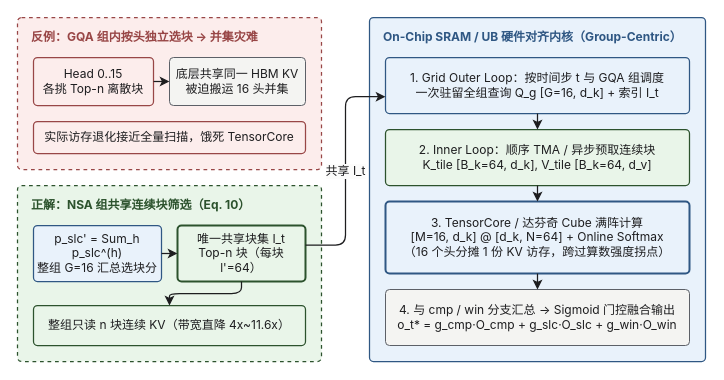
This is src/content/posts/deepseek/02-swa-and-nsa/diagrams/02-nsa-gqa-tile-arch.drawio from xingcanlee/infra-note, a draw.io file, before an edit. Source tidied: cells renumbered, new cells numbered last; positions are measured from the earlier drawing's top-left corner, leaving out a move shared by most shapes. Both pictures are drawn from the tidied source at 100%, with x=0, y=0 at pixel (17, 17).
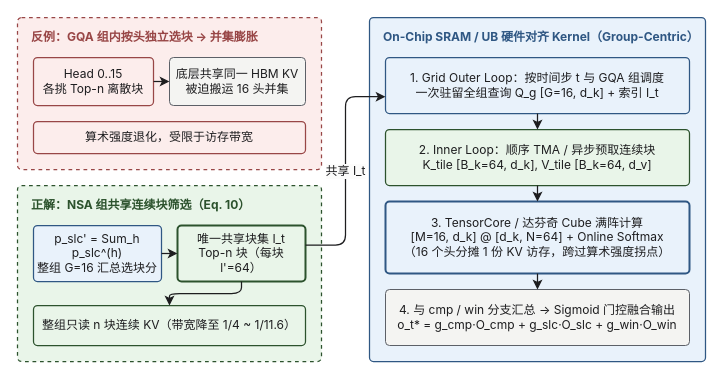
The same diagram, later.

Diff of the diagram source:
```diff
@@
-    <mxCell id="2" value="反例：GQA 组内按头独立选块 → 并集灾难" style="rounded=1;absoluteArcSize=1;arcSize=8;whiteSpace=wrap;html=1;fillColor=#fcedec;strokeColor=#984646;strokeWidth=1.25;dashed=1;verticalAlign=top;align=left;spacingLeft=12;spacingTop=6;fontFamily=Inter;fontSize=12;fontStyle=1;fontColor=#984646;" parent="1" vertex="1">
+    <mxCell id="2" value="反例：GQA 组内按头独立选块 → 并集膨胀" style="rounded=1;absoluteArcSize=1;arcSize=8;whiteSpace=wrap;html=1;fillColor=#fcedec;strokeColor=#984646;strokeWidth=1.25;dashed=1;verticalAlign=top;align=left;spacingLeft=12;spacingTop=6;fontFamily=Inter;fontSize=12;fontStyle=1;fontColor=#984646;" parent="1" vertex="1">
       <mxGeometry width="304" height="152" as="geometry" />
     </mxCell>
@@
-    <mxCell id="5" value="实际访存退化接近全量扫描，饿死 TensorCore" style="rounded=1;absoluteArcSize=1;arcSize=8;whiteSpace=wrap;html=1;fillColor=#fcedec;strokeColor=#984646;strokeWidth=1.25;align=center;verticalAlign=middle;spacing=4;fontFamily=Inter;fontSize=12;fontColor=#1d1d1f;" parent="1" vertex="1">
+    <mxCell id="5" value="算术强度退化，受限于访存带宽" style="rounded=1;absoluteArcSize=1;arcSize=8;whiteSpace=wrap;html=1;fillColor=#fcedec;strokeColor=#984646;strokeWidth=1.25;align=center;verticalAlign=middle;spacing=4;fontFamily=Inter;fontSize=12;fontColor=#1d1d1f;" parent="1" vertex="1">
       <mxGeometry x="16" y="104" width="272" height="32" as="geometry" />
     </mxCell>
@@
-    <mxCell id="10" value="整组只读 n 块连续 KV（带宽直降 4x~11.6x）" style="rounded=1;absoluteArcSize=1;arcSize=8;whiteSpace=wrap;html=1;fillColor=#e9f5e9;strokeColor=#2c522d;strokeWidth=1.25;align=center;verticalAlign=middle;spacing=4;fontFamily=Inter;fontSize=12;fontColor=#1d1d1f;" parent="1" vertex="1">
+    <mxCell id="10" value="整组只读 n 块连续 KV（带宽降至 1/4 ~ 1/11.6）" style="rounded=1;absoluteArcSize=1;arcSize=8;whiteSpace=wrap;html=1;fillColor=#e9f5e9;strokeColor=#2c522d;strokeWidth=1.25;align=center;verticalAlign=middle;spacing=4;fontFamily=Inter;fontSize=12;fontColor=#1d1d1f;" parent="1" vertex="1">
       <mxGeometry x="16" y="288" width="272" height="40" as="geometry" />
     </mxCell>
@@
-    <mxCell id="13" value="On-Chip SRAM / UB 硬件对齐内核（Group-Centric）" style="rounded=1;absoluteArcSize=1;arcSize=8;whiteSpace=wrap;html=1;fillColor=#e9f2fb;strokeColor=#2f5783;strokeWidth=1.25;verticalAlign=top;align=left;spacingLeft=12;spacingTop=6;fontFamily=Inter;fontSize=12;fontStyle=1;fontColor=#2f5783;" parent="1" vertex="1">
+    <mxCell id="13" value="On-Chip SRAM / UB 硬件对齐 Kernel（Group-Centric）" style="rounded=1;absoluteArcSize=1;arcSize=8;whiteSpace=wrap;html=1;fillColor=#e9f2fb;strokeColor=#2f5783;strokeWidth=1.25;verticalAlign=top;align=left;spacingLeft=12;spacingTop=6;fontFamily=Inter;fontSize=12;fontStyle=1;fontColor=#2f5783;" parent="1" vertex="1">
       <mxGeometry x="352" width="336" height="344" as="geometry" />
     </mxCell>
@@
-    <mxCell id="16" value="3. TensorCore / 达芬奇 Cube 满阵计算&lt;br&gt;[M=16, d_k] @ [d_k, N=64] + Online Softmax&lt;br&gt;（16 个头分摊 1 份 KV 访存，跨过算数强度拐点）" style="rounded=1;absoluteArcSize=1;arcSize=8;whiteSpace=wrap;html=1;fillColor=#e9f2fb;strokeColor=#2f5783;strokeWidth=2;align=center;verticalAlign=middle;spacing=4;fontFamily=Inter;fontSize=12;fontColor=#1d1d1f;" parent="1" vertex="1">
+    <mxCell id="16" value="3. TensorCore / 达芬奇 Cube 满阵计算&lt;br&gt;[M=16, d_k] @ [d_k, N=64] + Online Softmax&lt;br&gt;（16 个头分摊 1 份 KV 访存，跨过算术强度拐点）" style="rounded=1;absoluteArcSize=1;arcSize=8;whiteSpace=wrap;html=1;fillColor=#e9f2fb;strokeColor=#2f5783;strokeWidth=2;align=center;verticalAlign=middle;spacing=4;fontFamily=Inter;fontSize=12;fontColor=#1d1d1f;" parent="1" vertex="1">
       <mxGeometry x="368" y="184" width="304" height="72" as="geometry" />
     </mxCell>
```
